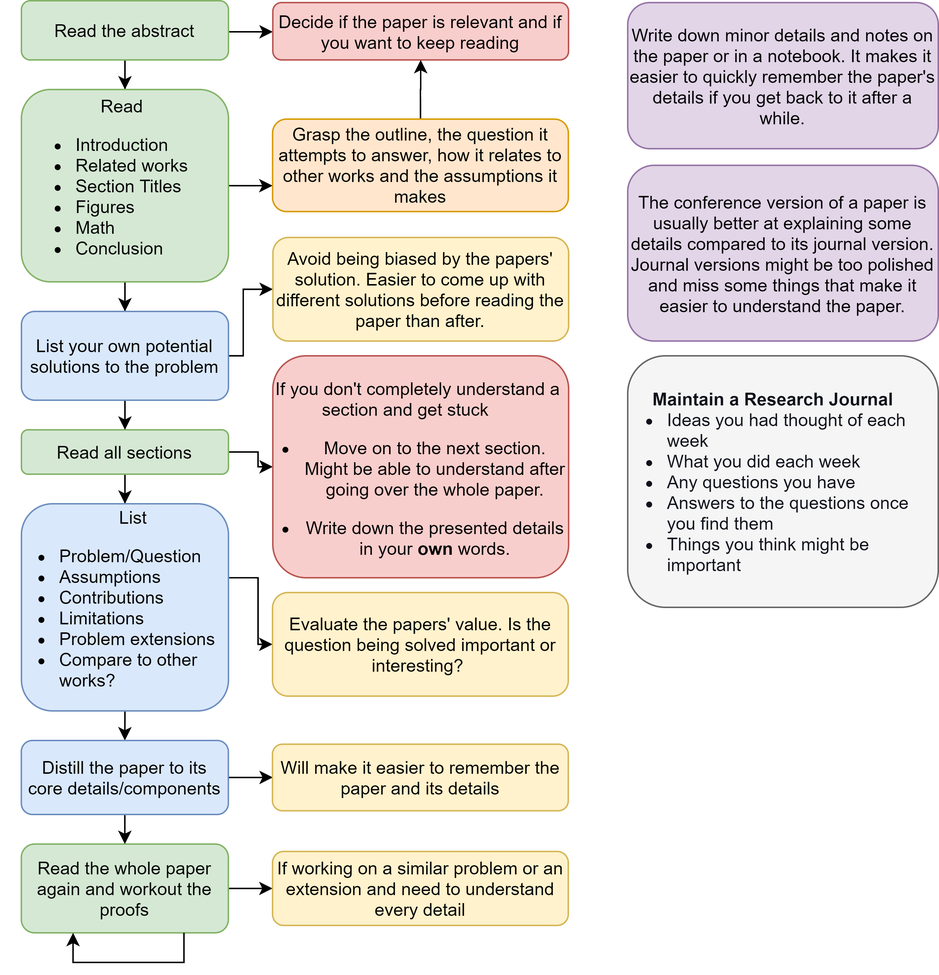
Above: how_to_read.png in itskalvik/how-to-read (draw.io), before the change. Source tidied: cells renumbered, new cells last; positions are measured from the earlier drawing's top-left corner, leaving out a move shared by most shapes. Its diagram source:
```xml
<mxGraphModel>
  <root>
    <mxCell id="0" />
    <mxCell id="1" parent="0" />
    <mxCell id="2" style="edgeStyle=orthogonalEdgeStyle;rounded=0;jettySize=auto;html=1;" parent="1" edge="1" source="4" target="7">
      <mxGeometry relative="1" as="geometry" />
    </mxCell>
    <mxCell id="3" style="edgeStyle=orthogonalEdgeStyle;rounded=0;jettySize=auto;html=1;" parent="1" edge="1" source="4" target="19">
      <mxGeometry relative="1" as="geometry">
        <Array as="points">
          <mxPoint x="160" y="21" />
          <mxPoint x="160" y="21" />
        </Array>
      </mxGeometry>
    </mxCell>
    <mxCell id="4" value="Read the abstract" style="rounded=1;whiteSpace=wrap;html=1;glass=0;shadow=0;sketch=0;fillColor=#d5e8d4;strokeColor=#82b366;" parent="1" vertex="1">
      <mxGeometry width="140" height="40" as="geometry" />
    </mxCell>
    <mxCell id="5" style="edgeStyle=orthogonalEdgeStyle;rounded=0;jettySize=auto;html=1;" parent="1" edge="1" source="7" target="13">
      <mxGeometry relative="1" as="geometry" />
    </mxCell>
    <mxCell id="6" style="edgeStyle=orthogonalEdgeStyle;rounded=0;jettySize=auto;html=1;" parent="1" edge="1" source="7" target="21">
      <mxGeometry relative="1" as="geometry">
        <Array as="points">
          <mxPoint x="150" y="125" />
          <mxPoint x="150" y="125" />
        </Array>
      </mxGeometry>
    </mxCell>
    <mxCell id="7" value="&lt;div style=&quot;text-align: center&quot;&gt;&lt;span&gt;&amp;nbsp; &amp;nbsp; &amp;nbsp; &amp;nbsp; Read&lt;/span&gt;&lt;/div&gt;&lt;ul&gt;&lt;li&gt;Introduction&lt;/li&gt;&lt;li&gt;Related works&lt;/li&gt;&lt;li&gt;Section Titles&lt;/li&gt;&lt;li&gt;Figures&lt;/li&gt;&lt;li&gt;Math&amp;nbsp;&lt;/li&gt;&lt;li&gt;Conclusion&lt;/li&gt;&lt;/ul&gt;" style="whiteSpace=wrap;html=1;rounded=1;align=left;fillColor=#d5e8d4;strokeColor=#82b366;spacingLeft=-5;" parent="1" vertex="1">
      <mxGeometry y="60" width="140" height="130" as="geometry" />
    </mxCell>
    <mxCell id="8" style="edgeStyle=orthogonalEdgeStyle;rounded=0;jettySize=auto;html=1;" parent="1" edge="1" source="10" target="16">
      <mxGeometry relative="1" as="geometry" />
    </mxCell>
    <mxCell id="9" style="edgeStyle=orthogonalEdgeStyle;rounded=0;jettySize=auto;html=1;" parent="1" edge="1" source="10" target="23">
      <mxGeometry relative="1" as="geometry" />
    </mxCell>
    <mxCell id="10" value="Read all sections" style="whiteSpace=wrap;html=1;rounded=1;align=center;fillColor=#d5e8d4;strokeColor=#82b366;" parent="1" vertex="1">
      <mxGeometry y="290" width="140" height="30" as="geometry" />
    </mxCell>
    <mxCell id="11" style="edgeStyle=orthogonalEdgeStyle;rounded=0;jettySize=auto;html=1;exitX=0.5;exitY=1;exitDx=0;exitDy=0;entryX=0.5;entryY=0;entryDx=0;entryDy=0;" parent="1" edge="1" source="13" target="10">
      <mxGeometry relative="1" as="geometry" />
    </mxCell>
    <mxCell id="12" style="edgeStyle=orthogonalEdgeStyle;rounded=0;jettySize=auto;html=1;" parent="1" edge="1" source="13" target="22">
      <mxGeometry relative="1" as="geometry">
        <Array as="points">
          <mxPoint x="150" y="240" />
          <mxPoint x="150" y="195" />
        </Array>
      </mxGeometry>
    </mxCell>
    <mxCell id="13" value="List your own potential solutions to the problem" style="whiteSpace=wrap;html=1;rounded=1;align=center;fillColor=#dae8fc;strokeColor=#6c8ebf;" parent="1" vertex="1">
      <mxGeometry y="210" width="140" height="60" as="geometry" />
    </mxCell>
    <mxCell id="14" style="edgeStyle=orthogonalEdgeStyle;rounded=0;jettySize=auto;html=1;entryX=0;entryY=0.5;entryDx=0;entryDy=0;" parent="1" edge="1" source="16" target="24">
      <mxGeometry relative="1" as="geometry">
        <Array as="points">
          <mxPoint x="160" y="390" />
          <mxPoint x="160" y="435" />
        </Array>
      </mxGeometry>
    </mxCell>
    <mxCell id="15" style="edgeStyle=orthogonalEdgeStyle;rounded=0;jettySize=auto;html=1;exitX=0.5;exitY=1;exitDx=0;exitDy=0;entryX=0.5;entryY=0;entryDx=0;entryDy=0;" parent="1" edge="1" source="16" target="28">
      <mxGeometry relative="1" as="geometry" />
    </mxCell>
    <mxCell id="16" value="&lt;div&gt;&lt;span&gt;&amp;nbsp; &amp;nbsp; &amp;nbsp; &amp;nbsp; List&lt;/span&gt;&lt;/div&gt;&lt;ul&gt;&lt;li style=&quot;text-align: left&quot;&gt;Problem/Question&lt;/li&gt;&lt;li style=&quot;text-align: left&quot;&gt;Assumptions&lt;/li&gt;&lt;li style=&quot;text-align: left&quot;&gt;Contributions&lt;/li&gt;&lt;li style=&quot;text-align: left&quot;&gt;Limitations&lt;/li&gt;&lt;li style=&quot;text-align: left&quot;&gt;Problem extensions&lt;/li&gt;&lt;li style=&quot;text-align: left&quot;&gt;Compare to other works?&lt;/li&gt;&lt;/ul&gt;" style="whiteSpace=wrap;html=1;rounded=1;fillColor=#dae8fc;strokeColor=#6c8ebf;verticalAlign=middle;spacingLeft=-15;" parent="1" vertex="1">
      <mxGeometry y="340" width="140" height="140" as="geometry" />
    </mxCell>
    <mxCell id="17" style="edgeStyle=orthogonalEdgeStyle;rounded=0;jettySize=auto;html=1;" parent="1" edge="1" source="18" target="25">
      <mxGeometry relative="1" as="geometry" />
    </mxCell>
    <mxCell id="18" value="Read the whole paper again and workout the proofs" style="whiteSpace=wrap;html=1;rounded=1;fillColor=#d5e8d4;strokeColor=#82b366;" parent="1" vertex="1">
      <mxGeometry x="-0.1" y="570" width="140" height="60" as="geometry" />
    </mxCell>
    <mxCell id="19" value="Decide if the paper is relevant and if you want to keep reading" style="whiteSpace=wrap;html=1;rounded=1;shadow=0;glass=0;sketch=0;fillColor=#f8cecc;strokeColor=#b85450;" parent="1" vertex="1">
      <mxGeometry x="170" y="1.2" width="200" height="38.8" as="geometry" />
    </mxCell>
    <mxCell id="20" style="edgeStyle=orthogonalEdgeStyle;rounded=0;jettySize=auto;html=1;exitX=0.5;exitY=0;exitDx=0;exitDy=0;entryX=0.5;entryY=1;entryDx=0;entryDy=0;" parent="1" edge="1" source="21" target="19">
      <mxGeometry relative="1" as="geometry" />
    </mxCell>
    <mxCell id="21" value="Grasp the outline, the question it attempts to answer, how it relates to other works and the assumptions it makes" style="whiteSpace=wrap;html=1;rounded=1;align=center;fillColor=#ffe6cc;strokeColor=#d79b00;" parent="1" vertex="1">
      <mxGeometry x="169.8" y="80" width="200" height="62.5" as="geometry" />
    </mxCell>
    <mxCell id="22" value="Avoid being biased by the papers' solution. Easier to come up with different solutions before reading the paper than after." style="whiteSpace=wrap;html=1;rounded=1;fillColor=#fff2cc;strokeColor=#d6b656;verticalAlign=middle;horizontal=1;" parent="1" vertex="1">
      <mxGeometry x="170.1" y="160" width="200" height="70" as="geometry" />
    </mxCell>
    <mxCell id="23" value="&lt;div&gt;&lt;span&gt;&lt;br&gt;&lt;/span&gt;&lt;/div&gt;&lt;div&gt;&lt;span&gt;&amp;nbsp; &amp;nbsp; &amp;nbsp;If you don't completely understand a section and get stuck&lt;/span&gt;&lt;/div&gt;&lt;ul&gt;&lt;li&gt;Move on to the next section. Might be able to understand after going over the whole paper.&lt;/li&gt;&lt;/ul&gt;&lt;ul&gt;&lt;li&gt;Write down the presented details in your &lt;b&gt;own &lt;/b&gt;words.&lt;/li&gt;&lt;/ul&gt;" style="whiteSpace=wrap;html=1;rounded=1;fillColor=#f8cecc;strokeColor=#b85450;spacingLeft=-20;" parent="1" vertex="1">
      <mxGeometry x="170" y="240" width="200" height="150" as="geometry" />
    </mxCell>
    <mxCell id="24" value="Evaluate the papers' value. Is the question being solved important or interesting?&amp;nbsp;" style="whiteSpace=wrap;html=1;rounded=1;fillColor=#fff2cc;strokeColor=#d6b656;" parent="1" vertex="1">
      <mxGeometry x="169.8" y="400" width="200" height="70" as="geometry" />
    </mxCell>
    <mxCell id="25" value="If working on a similar problem or an extension and need to understand every detail" style="whiteSpace=wrap;html=1;rounded=1;fillColor=#fff2cc;strokeColor=#d6b656;" parent="1" vertex="1">
      <mxGeometry x="169.8" y="575" width="200" height="50" as="geometry" />
    </mxCell>
    <mxCell id="26" style="edgeStyle=orthogonalEdgeStyle;rounded=0;jettySize=auto;html=1;exitX=0.5;exitY=1;exitDx=0;exitDy=0;entryX=0.5;entryY=0;entryDx=0;entryDy=0;" parent="1" edge="1" source="28" target="18">
      <mxGeometry relative="1" as="geometry" />
    </mxCell>
    <mxCell id="27" style="edgeStyle=orthogonalEdgeStyle;rounded=0;jettySize=auto;html=1;exitX=1;exitY=0.5;exitDx=0;exitDy=0;" parent="1" edge="1" source="28">
      <mxGeometry relative="1" as="geometry">
        <mxPoint x="170" y="524.9" as="targetPoint" />
      </mxGeometry>
    </mxCell>
    <mxCell id="28" value="Distill the paper to its core details/components" style="whiteSpace=wrap;html=1;rounded=1;fillColor=#dae8fc;strokeColor=#6c8ebf;" parent="1" vertex="1">
      <mxGeometry x="-0.1" y="500" width="140" height="50" as="geometry" />
    </mxCell>
    <mxCell id="29" value="Will make it easier to remember the paper and its details" style="whiteSpace=wrap;html=1;rounded=1;strokeColor=#d6b656;fillColor=#fff2cc;" parent="1" vertex="1">
      <mxGeometry x="169.8" y="502.5" width="200" height="45" as="geometry" />
    </mxCell>
    <mxCell id="30" value="The conference version of a paper is usually better at explaining some details compared to its journal version. Journal versions might be too polished and miss some things that make it easier to understand the paper." style="rounded=1;whiteSpace=wrap;html=1;fillColor=#e1d5e7;strokeColor=#9673a6;" parent="1" vertex="1">
      <mxGeometry x="410" y="111.2" width="210" height="118.8" as="geometry" />
    </mxCell>
    <mxCell id="31" value="Write down minor details and notes on the paper or in a notebook. It makes it easier to quickly remember the paper's details if you get back to it after a while." style="rounded=1;whiteSpace=wrap;html=1;fillColor=#e1d5e7;strokeColor=#9673a6;" parent="1" vertex="1">
      <mxGeometry x="410" y="1.2" width="210" height="98.8" as="geometry" />
    </mxCell>
    <mxCell id="32" value="&lt;p style=&quot;text-align: center ; color: rgb(14 , 16 , 26) ; background: transparent ; margin-top: 0pt ; margin-bottom: 0pt&quot;&gt;&lt;strong style=&quot;background: transparent ; margin-top: 0pt ; margin-bottom: 0pt&quot;&gt;Maintain a Research Journal&lt;/strong&gt;&lt;/p&gt;&lt;ul style=&quot;color: rgb(14 , 16 , 26) ; background: transparent ; margin-top: 0pt ; margin-bottom: 0pt&quot;&gt;&lt;li style=&quot;background: transparent ; margin-top: 0pt ; margin-bottom: 0pt ; list-style-type: disc&quot;&gt;&lt;span style=&quot;background: transparent ; margin-top: 0pt ; margin-bottom: 0pt&quot;&gt;Ideas you had thought of each week&lt;/span&gt;&lt;/li&gt;&lt;li style=&quot;background: transparent ; margin-top: 0pt ; margin-bottom: 0pt ; list-style-type: disc&quot;&gt;&lt;span style=&quot;background: transparent ; margin-top: 0pt ; margin-bottom: 0pt&quot;&gt;What you did each week&lt;/span&gt;&lt;/li&gt;&lt;li style=&quot;background: transparent ; margin-top: 0pt ; margin-bottom: 0pt ; list-style-type: disc&quot;&gt;&lt;span style=&quot;background: transparent ; margin-top: 0pt ; margin-bottom: 0pt&quot;&gt;Any questions you have&lt;/span&gt;&lt;/li&gt;&lt;li style=&quot;background: transparent ; margin-top: 0pt ; margin-bottom: 0pt ; list-style-type: disc&quot;&gt;&lt;span style=&quot;background: transparent ; margin-top: 0pt ; margin-bottom: 0pt&quot;&gt;Answers to the questions once you find them&lt;/span&gt;&lt;/li&gt;&lt;li style=&quot;background: transparent ; margin-top: 0pt ; margin-bottom: 0pt ; list-style-type: disc&quot;&gt;&lt;span style=&quot;background: transparent ; margin-top: 0pt ; margin-bottom: 0pt&quot;&gt;Things you think might be important&amp;nbsp;&lt;/span&gt;&lt;/li&gt;&lt;/ul&gt;" style="rounded=1;whiteSpace=wrap;html=1;fillColor=#f5f5f5;strokeColor=#666666;fontColor=#333333;spacingLeft=-15;align=left;" parent="1" vertex="1">
      <mxGeometry x="410" y="240" width="210" height="170" as="geometry" />
    </mxCell>
    <mxCell id="33" style="edgeStyle=orthogonalEdgeStyle;rounded=0;orthogonalLoop=1;jettySize=auto;html=1;entryX=0.25;entryY=1;entryDx=0;entryDy=0;" parent="1" edge="1" source="18" target="18">
      <mxGeometry relative="1" as="geometry">
        <Array as="points">
          <mxPoint x="109.9" y="650" />
          <mxPoint x="34.9" y="650" />
        </Array>
      </mxGeometry>
    </mxCell>
  </root>
</mxGraphModel>
```
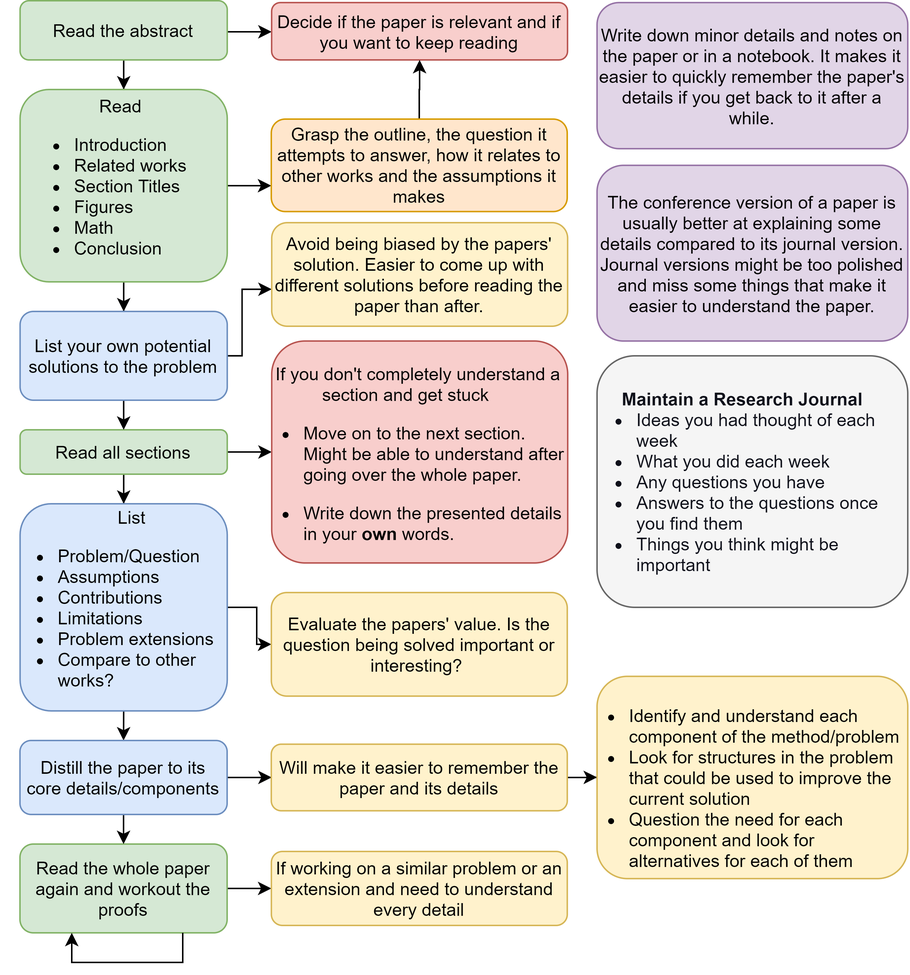
The same file after the commit.

Diff of the diagram source:
```diff
@@ -56,8 +56,8 @@
     <mxCell id="14" style="edgeStyle=orthogonalEdgeStyle;rounded=0;jettySize=auto;html=1;entryX=0;entryY=0.5;entryDx=0;entryDy=0;" parent="1" edge="1" source="16" target="24">
       <mxGeometry relative="1" as="geometry">
         <Array as="points">
-          <mxPoint x="160" y="390" />
-          <mxPoint x="160" y="435" />
+          <mxPoint x="159.9" y="410" />
+          <mxPoint x="159.9" y="435" />
         </Array>
       </mxGeometry>
     </mxCell>
@@ -80,13 +80,13 @@
       <mxGeometry relative="1" as="geometry" />
     </mxCell>
     <mxCell id="21" value="Grasp the outline, the question it attempts to answer, how it relates to other works and the assumptions it makes" style="whiteSpace=wrap;html=1;rounded=1;align=center;fillColor=#ffe6cc;strokeColor=#d79b00;" parent="1" vertex="1">
-      <mxGeometry x="169.8" y="80" width="200" height="62.5" as="geometry" />
+      <mxGeometry x="169.7" y="80" width="200" height="62.5" as="geometry" />
     </mxCell>
     <mxCell id="22" value="Avoid being biased by the papers' solution. Easier to come up with different solutions before reading the paper than after." style="whiteSpace=wrap;html=1;rounded=1;fillColor=#fff2cc;strokeColor=#d6b656;verticalAlign=middle;horizontal=1;" parent="1" vertex="1">
-      <mxGeometry x="170.1" y="160" width="200" height="70" as="geometry" />
+      <mxGeometry x="170" y="150" width="200" height="70" as="geometry" />
     </mxCell>
-    <mxCell id="23" value="&lt;div&gt;&lt;span&gt;&lt;br&gt;&lt;/span&gt;&lt;/div&gt;&lt;div&gt;&lt;span&gt;&amp;nbsp; &amp;nbsp; &amp;nbsp;If you don't completely understand a section and get stuck&lt;/span&gt;&lt;/div&gt;&lt;ul&gt;&lt;li&gt;Move on to the next section. Might be able to understand after going over the whole paper.&lt;/li&gt;&lt;/ul&gt;&lt;ul&gt;&lt;li&gt;Write down the presented details in your &lt;b&gt;own &lt;/b&gt;words.&lt;/li&gt;&lt;/ul&gt;" style="whiteSpace=wrap;html=1;rounded=1;fillColor=#f8cecc;strokeColor=#b85450;spacingLeft=-20;" parent="1" vertex="1">
-      <mxGeometry x="170" y="240" width="200" height="150" as="geometry" />
+    <mxCell id="23" value="&lt;div&gt;&lt;span&gt;&lt;br&gt;&lt;/span&gt;&lt;/div&gt;&lt;div style=&quot;text-align: center&quot;&gt;&lt;span&gt;&amp;nbsp; &amp;nbsp; &amp;nbsp;If you don't completely understand a section and get stuck&lt;/span&gt;&lt;/div&gt;&lt;ul&gt;&lt;li&gt;Move on to the next section. Might be able to understand after going over the whole paper.&lt;/li&gt;&lt;/ul&gt;&lt;ul&gt;&lt;li&gt;Write down the presented details in your &lt;b&gt;own &lt;/b&gt;words.&lt;/li&gt;&lt;/ul&gt;" style="whiteSpace=wrap;html=1;rounded=1;fillColor=#f8cecc;strokeColor=#b85450;spacingLeft=-20;align=left;" parent="1" vertex="1">
+      <mxGeometry x="170" y="230" width="200" height="150" as="geometry" />
     </mxCell>
     <mxCell id="24" value="Evaluate the papers' value. Is the question being solved important or interesting?&amp;nbsp;" style="whiteSpace=wrap;html=1;rounded=1;fillColor=#fff2cc;strokeColor=#d6b656;" parent="1" vertex="1">
       <mxGeometry x="169.8" y="400" width="200" height="70" as="geometry" />
@@ -105,17 +105,20 @@
     <mxCell id="28" value="Distill the paper to its core details/components" style="whiteSpace=wrap;html=1;rounded=1;fillColor=#dae8fc;strokeColor=#6c8ebf;" parent="1" vertex="1">
       <mxGeometry x="-0.1" y="500" width="140" height="50" as="geometry" />
     </mxCell>
+    <mxCell id="34" style="edgeStyle=orthogonalEdgeStyle;rounded=0;jettySize=auto;html=1;" parent="1" edge="1" source="29" target="35">
+      <mxGeometry relative="1" as="geometry" />
+    </mxCell>
     <mxCell id="29" value="Will make it easier to remember the paper and its details" style="whiteSpace=wrap;html=1;rounded=1;strokeColor=#d6b656;fillColor=#fff2cc;" parent="1" vertex="1">
-      <mxGeometry x="169.8" y="502.5" width="200" height="45" as="geometry" />
+      <mxGeometry x="169.7" y="502.5" width="200" height="45" as="geometry" />
     </mxCell>
     <mxCell id="30" value="The conference version of a paper is usually better at explaining some details compared to its journal version. Journal versions might be too polished and miss some things that make it easier to understand the paper." style="rounded=1;whiteSpace=wrap;html=1;fillColor=#e1d5e7;strokeColor=#9673a6;" parent="1" vertex="1">
-      <mxGeometry x="410" y="111.2" width="210" height="118.8" as="geometry" />
+      <mxGeometry x="389.9" y="111.2" width="210" height="118.8" as="geometry" />
     </mxCell>
     <mxCell id="31" value="Write down minor details and notes on the paper or in a notebook. It makes it easier to quickly remember the paper's details if you get back to it after a while." style="rounded=1;whiteSpace=wrap;html=1;fillColor=#e1d5e7;strokeColor=#9673a6;" parent="1" vertex="1">
-      <mxGeometry x="410" y="1.2" width="210" height="98.8" as="geometry" />
+      <mxGeometry x="389.9" y="1.2" width="210" height="98.8" as="geometry" />
     </mxCell>
     <mxCell id="32" value="&lt;p style=&quot;text-align: center ; color: rgb(14 , 16 , 26) ; background: transparent ; margin-top: 0pt ; margin-bottom: 0pt&quot;&gt;&lt;strong style=&quot;background: transparent ; margin-top: 0pt ; margin-bottom: 0pt&quot;&gt;Maintain a Research Journal&lt;/strong&gt;&lt;/p&gt;&lt;ul style=&quot;color: rgb(14 , 16 , 26) ; background: transparent ; margin-top: 0pt ; margin-bottom: 0pt&quot;&gt;&lt;li style=&quot;background: transparent ; margin-top: 0pt ; margin-bottom: 0pt ; list-style-type: disc&quot;&gt;&lt;span style=&quot;background: transparent ; margin-top: 0pt ; margin-bottom: 0pt&quot;&gt;Ideas you had thought of each week&lt;/span&gt;&lt;/li&gt;&lt;li style=&quot;background: transparent ; margin-top: 0pt ; margin-bottom: 0pt ; list-style-type: disc&quot;&gt;&lt;span style=&quot;background: transparent ; margin-top: 0pt ; margin-bottom: 0pt&quot;&gt;What you did each week&lt;/span&gt;&lt;/li&gt;&lt;li style=&quot;background: transparent ; margin-top: 0pt ; margin-bottom: 0pt ; list-style-type: disc&quot;&gt;&lt;span style=&quot;background: transparent ; margin-top: 0pt ; margin-bottom: 0pt&quot;&gt;Any questions you have&lt;/span&gt;&lt;/li&gt;&lt;li style=&quot;background: transparent ; margin-top: 0pt ; margin-bottom: 0pt ; list-style-type: disc&quot;&gt;&lt;span style=&quot;background: transparent ; margin-top: 0pt ; margin-bottom: 0pt&quot;&gt;Answers to the questions once you find them&lt;/span&gt;&lt;/li&gt;&lt;li style=&quot;background: transparent ; margin-top: 0pt ; margin-bottom: 0pt ; list-style-type: disc&quot;&gt;&lt;span style=&quot;background: transparent ; margin-top: 0pt ; margin-bottom: 0pt&quot;&gt;Things you think might be important&amp;nbsp;&lt;/span&gt;&lt;/li&gt;&lt;/ul&gt;" style="rounded=1;whiteSpace=wrap;html=1;fillColor=#f5f5f5;strokeColor=#666666;fontColor=#333333;spacingLeft=-15;align=left;" parent="1" vertex="1">
-      <mxGeometry x="410" y="240" width="210" height="170" as="geometry" />
+      <mxGeometry x="389.9" y="240" width="210" height="170" as="geometry" />
     </mxCell>
     <mxCell id="33" style="edgeStyle=orthogonalEdgeStyle;rounded=0;orthogonalLoop=1;jettySize=auto;html=1;entryX=0.25;entryY=1;entryDx=0;entryDy=0;" parent="1" edge="1" source="18" target="18">
       <mxGeometry relative="1" as="geometry">
@@ -125,5 +128,8 @@
         </Array>
       </mxGeometry>
     </mxCell>
+    <mxCell id="35" value="&lt;div&gt;&lt;br&gt;&lt;/div&gt;&lt;div&gt;&lt;br&gt;&lt;/div&gt;&lt;div&gt;&lt;br&gt;&lt;/div&gt;&lt;div&gt;&lt;br&gt;&lt;/div&gt;&lt;ul&gt;&lt;li&gt;Identify and understand each component of the method/problem&lt;/li&gt;&lt;li&gt;Look for structures in the problem that could be used to improve the current solution&lt;/li&gt;&lt;li&gt;Question the need for each component and look for alternatives for each of them&lt;br&gt;&lt;/li&gt;&lt;/ul&gt;&lt;br&gt;&lt;br&gt;&lt;br&gt;" style="whiteSpace=wrap;html=1;rounded=1;strokeColor=#d6b656;fillColor=#fff2cc;spacingLeft=-20;align=left;" parent="1" vertex="1">
+      <mxGeometry x="389.9" y="456.6" width="210" height="136.7" as="geometry" />
+    </mxCell>
   </root>
 </mxGraphModel>
```
